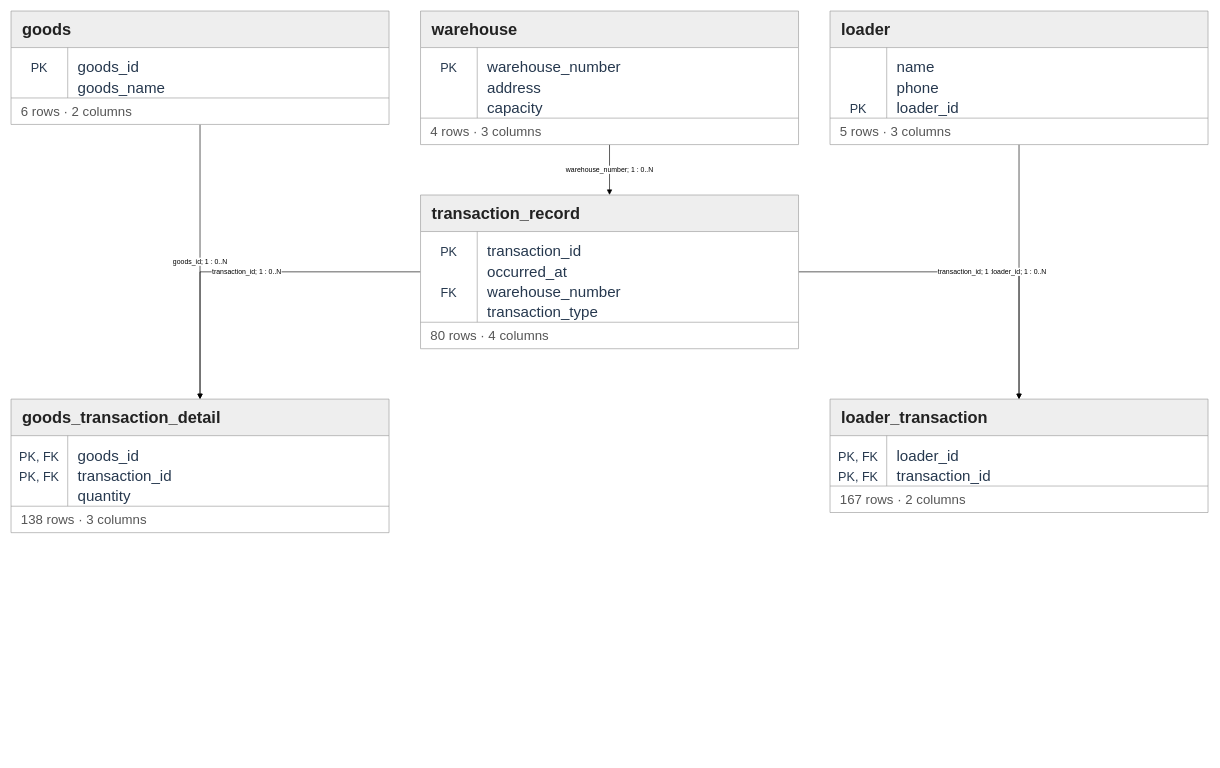
This is datasets/warehouseflow/docs/schema.drawio from jiwonpark7913/NL2EVENTLOG, a draw.io file, before an edit. Source tidied: cells renumbered, new cells numbered last; positions are measured from the earlier drawing's top-left corner, leaving out a move shared by most shapes. Both pictures are drawn from the tidied source at 63%, with x=0, y=0 at pixel (11, 11).
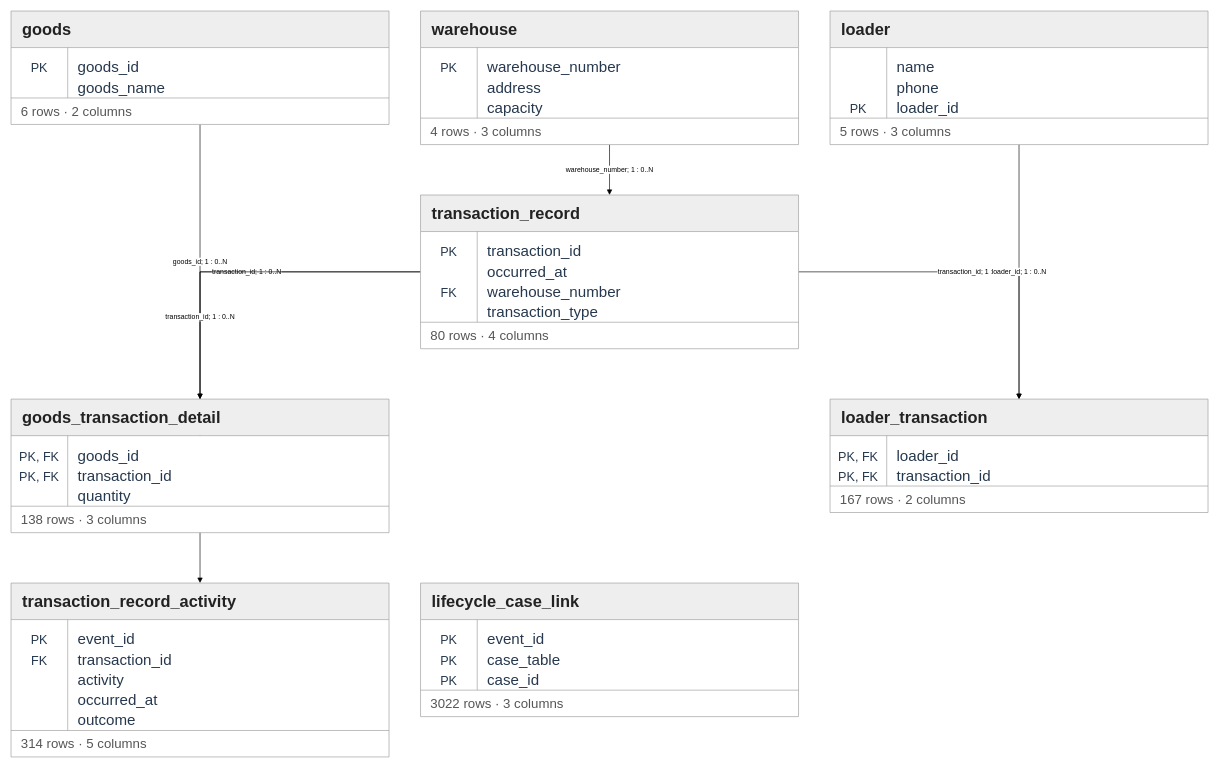
After the change.

The change refers to these unchanged cells:
```xml
<mxCell id="35" value="transaction_record" style="shape=swimlane;startSize=58;rounded=0;whiteSpace=wrap;html=1;align=left;spacingLeft=16;fillColor=#eeeeee;swimlaneFillColor=#ffffff;strokeColor=#9a9a9a;fontColor=#222222;fontSize=26;fontStyle=1;" parent="1" vertex="1">
  <mxGeometry x="650" y="292" width="600" height="244" as="geometry" />
</mxCell>
```

Change to the diagram source:
```diff
@@
+    <mxCell id="65" value="transaction_id; 1 : 0..N" style="edgeStyle=orthogonalEdgeStyle;rounded=0;endArrow=block;html=1;" parent="1" edge="1" source="35" target="66">
+      <mxGeometry relative="1" as="geometry" />
+    </mxCell>
@@
+    <mxCell id="66" value="transaction_record_activity" style="shape=swimlane;startSize=58;rounded=0;whiteSpace=wrap;html=1;align=left;spacingLeft=16;fillColor=#eeeeee;swimlaneFillColor=#ffffff;strokeColor=#9a9a9a;fontColor=#222222;fontSize=26;fontStyle=1;" parent="1" vertex="1">
+      <mxGeometry y="908" width="600" height="276" as="geometry" />
+    </mxCell>
+    <mxCell id="67" style="endArrow=none;startArrow=none;rounded=0;strokeColor=#9a9a9a;" parent="66" edge="1">
+      <mxGeometry relative="1" as="geometry">
+        <mxPoint x="90" y="58" as="sourcePoint" />
+        <mxPoint x="90" y="234" as="targetPoint" />
+      </mxGeometry>
+    </mxCell>
+    <mxCell id="68" style="endArrow=none;startArrow=none;rounded=0;strokeColor=#9a9a9a;" parent="66" edge="1">
+      <mxGeometry relative="1" as="geometry">
+        <mxPoint y="234" as="sourcePoint" />
+        <mxPoint x="600" y="234" as="targetPoint" />
+      </mxGeometry>
+    </mxCell>
+    <mxCell id="69" value="PK" style="text;rounded=0;whiteSpace=wrap;html=1;align=center;verticalAlign=middle;spacingLeft=0;fontColor=#26384e;fontSize=20;fontStyle=0;fillColor=none;strokeColor=none;" parent="66" vertex="1">
+      <mxGeometry y="74" width="90" height="32" as="geometry" />
+    </mxCell>
+    <mxCell id="70" value="event_id" style="text;rounded=0;whiteSpace=wrap;html=1;align=left;verticalAlign=middle;spacingLeft=14;fontColor=#26384e;fontSize=24;fontStyle=0;fillColor=none;strokeColor=none;" parent="66" vertex="1">
+      <mxGeometry x="90" y="74" width="510" height="32" as="geometry" />
+    </mxCell>
+    <mxCell id="71" value="FK" style="text;rounded=0;whiteSpace=wrap;html=1;align=center;verticalAlign=middle;spacingLeft=0;fontColor=#26384e;fontSize=20;fontStyle=0;fillColor=none;strokeColor=none;" parent="66" vertex="1">
+      <mxGeometry y="106" width="90" height="32" as="geometry" />
+    </mxCell>
+    <mxCell id="72" value="transaction_id" style="text;rounded=0;whiteSpace=wrap;html=1;align=left;verticalAlign=middle;spacingLeft=14;fontColor=#26384e;fontSize=24;fontStyle=0;fillColor=none;strokeColor=none;" parent="66" vertex="1">
+      <mxGeometry x="90" y="106" width="510" height="32" as="geometry" />
+    </mxCell>
+    <mxCell id="73" style="text;rounded=0;whiteSpace=wrap;html=1;align=center;verticalAlign=middle;spacingLeft=0;fontColor=#26384e;fontSize=20;fontStyle=0;fillColor=none;strokeColor=none;" parent="66" vertex="1">
+      <mxGeometry y="138" width="90" height="32" as="geometry" />
+    </mxCell>
+    <mxCell id="74" value="activity" style="text;rounded=0;whiteSpace=wrap;html=1;align=left;verticalAlign=middle;spacingLeft=14;fontColor=#26384e;fontSize=24;fontStyle=0;fillColor=none;strokeColor=none;" parent="66" vertex="1">
+      <mxGeometry x="90" y="138" width="510" height="32" as="geometry" />
+    </mxCell>
+    <mxCell id="75" style="text;rounded=0;whiteSpace=wrap;html=1;align=center;verticalAlign=middle;spacingLeft=0;fontColor=#26384e;fontSize=20;fontStyle=0;fillColor=none;strokeColor=none;" parent="66" vertex="1">
+      <mxGeometry y="170" width="90" height="32" as="geometry" />
+    </mxCell>
+    <mxCell id="76" value="occurred_at" style="text;rounded=0;whiteSpace=wrap;html=1;align=left;verticalAlign=middle;spacingLeft=14;fontColor=#26384e;fontSize=24;fontStyle=0;fillColor=none;strokeColor=none;" parent="66" vertex="1">
+      <mxGeometry x="90" y="170" width="510" height="32" as="geometry" />
+    </mxCell>
+    <mxCell id="77" style="text;rounded=0;whiteSpace=wrap;html=1;align=center;verticalAlign=middle;spacingLeft=0;fontColor=#26384e;fontSize=20;fontStyle=0;fillColor=none;strokeColor=none;" parent="66" vertex="1">
+      <mxGeometry y="202" width="90" height="32" as="geometry" />
+    </mxCell>
+    <mxCell id="78" value="outcome" style="text;rounded=0;whiteSpace=wrap;html=1;align=left;verticalAlign=middle;spacingLeft=14;fontColor=#26384e;fontSize=24;fontStyle=0;fillColor=none;strokeColor=none;" parent="66" vertex="1">
+      <mxGeometry x="90" y="202" width="510" height="32" as="geometry" />
+    </mxCell>
+    <mxCell id="79" value="314 rows · 5 columns" style="text;rounded=0;whiteSpace=wrap;html=1;align=left;verticalAlign=middle;spacingLeft=14;fontColor=#555555;fontSize=21;fillColor=none;strokeColor=none;" parent="66" vertex="1">
+      <mxGeometry y="234" width="600" height="42" as="geometry" />
+    </mxCell>
+    <mxCell id="80" value="lifecycle_case_link" style="shape=swimlane;startSize=58;rounded=0;whiteSpace=wrap;html=1;align=left;spacingLeft=16;fillColor=#eeeeee;swimlaneFillColor=#ffffff;strokeColor=#9a9a9a;fontColor=#222222;fontSize=26;fontStyle=1;" parent="1" vertex="1">
+      <mxGeometry x="650" y="908" width="600" height="212" as="geometry" />
+    </mxCell>
+    <mxCell id="81" style="endArrow=none;startArrow=none;rounded=0;strokeColor=#9a9a9a;" parent="80" edge="1">
+      <mxGeometry relative="1" as="geometry">
+        <mxPoint x="90" y="58" as="sourcePoint" />
+        <mxPoint x="90" y="170" as="targetPoint" />
+      </mxGeometry>
+    </mxCell>
+    <mxCell id="82" style="endArrow=none;startArrow=none;rounded=0;strokeColor=#9a9a9a;" parent="80" edge="1">
+      <mxGeometry relative="1" as="geometry">
+        <mxPoint y="170" as="sourcePoint" />
+        <mxPoint x="600" y="170" as="targetPoint" />
+      </mxGeometry>
+    </mxCell>
+    <mxCell id="83" value="PK" style="text;rounded=0;whiteSpace=wrap;html=1;align=center;verticalAlign=middle;spacingLeft=0;fontColor=#26384e;fontSize=20;fontStyle=0;fillColor=none;strokeColor=none;" parent="80" vertex="1">
+      <mxGeometry y="74" width="90" height="32" as="geometry" />
+    </mxCell>
+    <mxCell id="84" value="event_id" style="text;rounded=0;whiteSpace=wrap;html=1;align=left;verticalAlign=middle;spacingLeft=14;fontColor=#26384e;fontSize=24;fontStyle=0;fillColor=none;strokeColor=none;" parent="80" vertex="1">
+      <mxGeometry x="90" y="74" width="510" height="32" as="geometry" />
+    </mxCell>
+    <mxCell id="85" value="PK" style="text;rounded=0;whiteSpace=wrap;html=1;align=center;verticalAlign=middle;spacingLeft=0;fontColor=#26384e;fontSize=20;fontStyle=0;fillColor=none;strokeColor=none;" parent="80" vertex="1">
+      <mxGeometry y="106" width="90" height="32" as="geometry" />
+    </mxCell>
+    <mxCell id="86" value="case_table" style="text;rounded=0;whiteSpace=wrap;html=1;align=left;verticalAlign=middle;spacingLeft=14;fontColor=#26384e;fontSize=24;fontStyle=0;fillColor=none;strokeColor=none;" parent="80" vertex="1">
+      <mxGeometry x="90" y="106" width="510" height="32" as="geometry" />
+    </mxCell>
+    <mxCell id="87" value="PK" style="text;rounded=0;whiteSpace=wrap;html=1;align=center;verticalAlign=middle;spacingLeft=0;fontColor=#26384e;fontSize=20;fontStyle=0;fillColor=none;strokeColor=none;" parent="80" vertex="1">
+      <mxGeometry y="138" width="90" height="32" as="geometry" />
+    </mxCell>
+    <mxCell id="88" value="case_id" style="text;rounded=0;whiteSpace=wrap;html=1;align=left;verticalAlign=middle;spacingLeft=14;fontColor=#26384e;fontSize=24;fontStyle=0;fillColor=none;strokeColor=none;" parent="80" vertex="1">
+      <mxGeometry x="90" y="138" width="510" height="32" as="geometry" />
+    </mxCell>
+    <mxCell id="89" value="3022 rows · 3 columns" style="text;rounded=0;whiteSpace=wrap;html=1;align=left;verticalAlign=middle;spacingLeft=14;fontColor=#555555;fontSize=21;fillColor=none;strokeColor=none;" parent="80" vertex="1">
+      <mxGeometry y="170" width="600" height="42" as="geometry" />
+    </mxCell>
```
